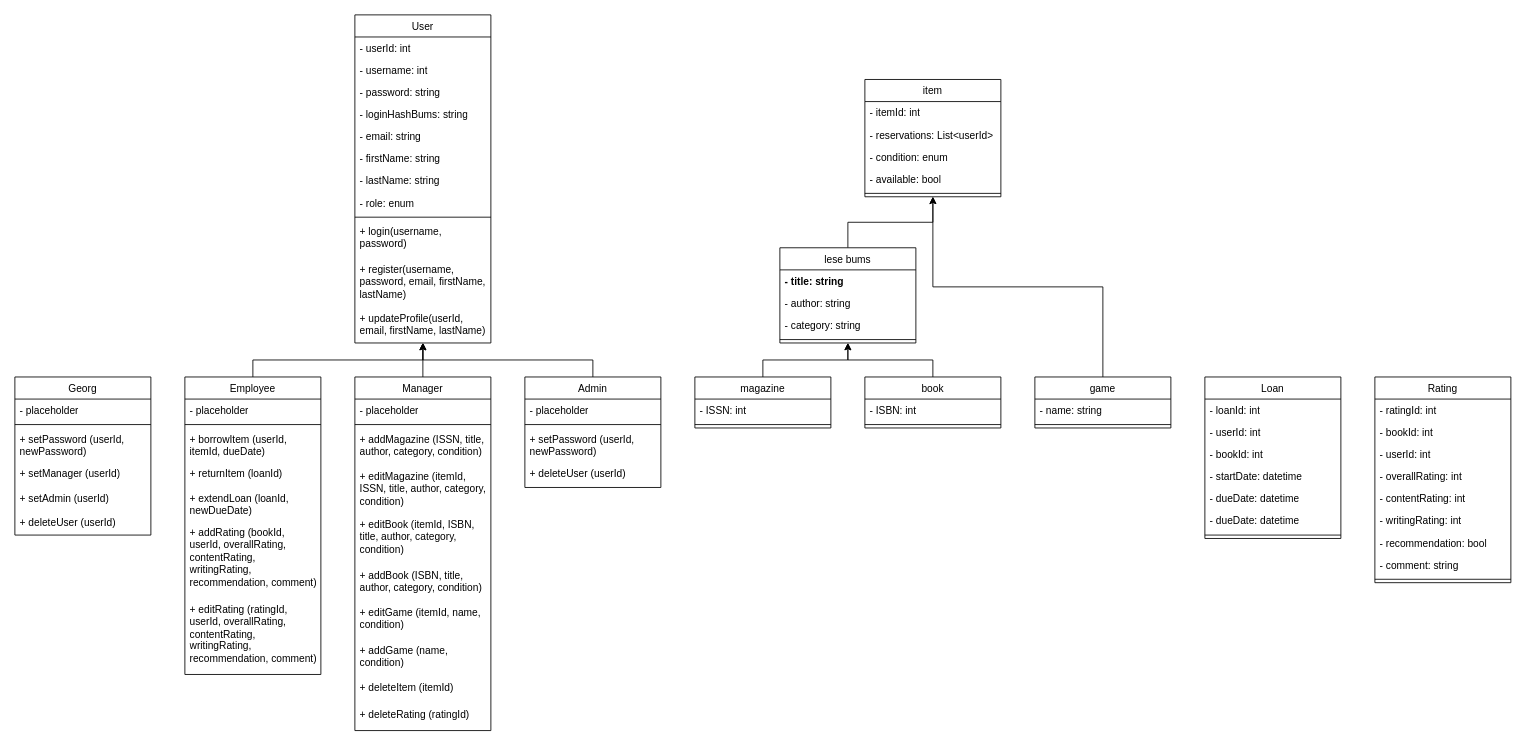
saltyniggo/BAMBUS keeps this draw.io diagram as Planning/UML Diagrams/Class-Diagram.drawio. Above is the earlier version. Source tidied: cells renumbered, new cells numbered last; positions are measured from the earlier drawing's top-left corner, leaving out a move shared by most shapes. Both pictures are drawn from the tidied source at 85%, with x=0, y=0 at pixel (14, 14).
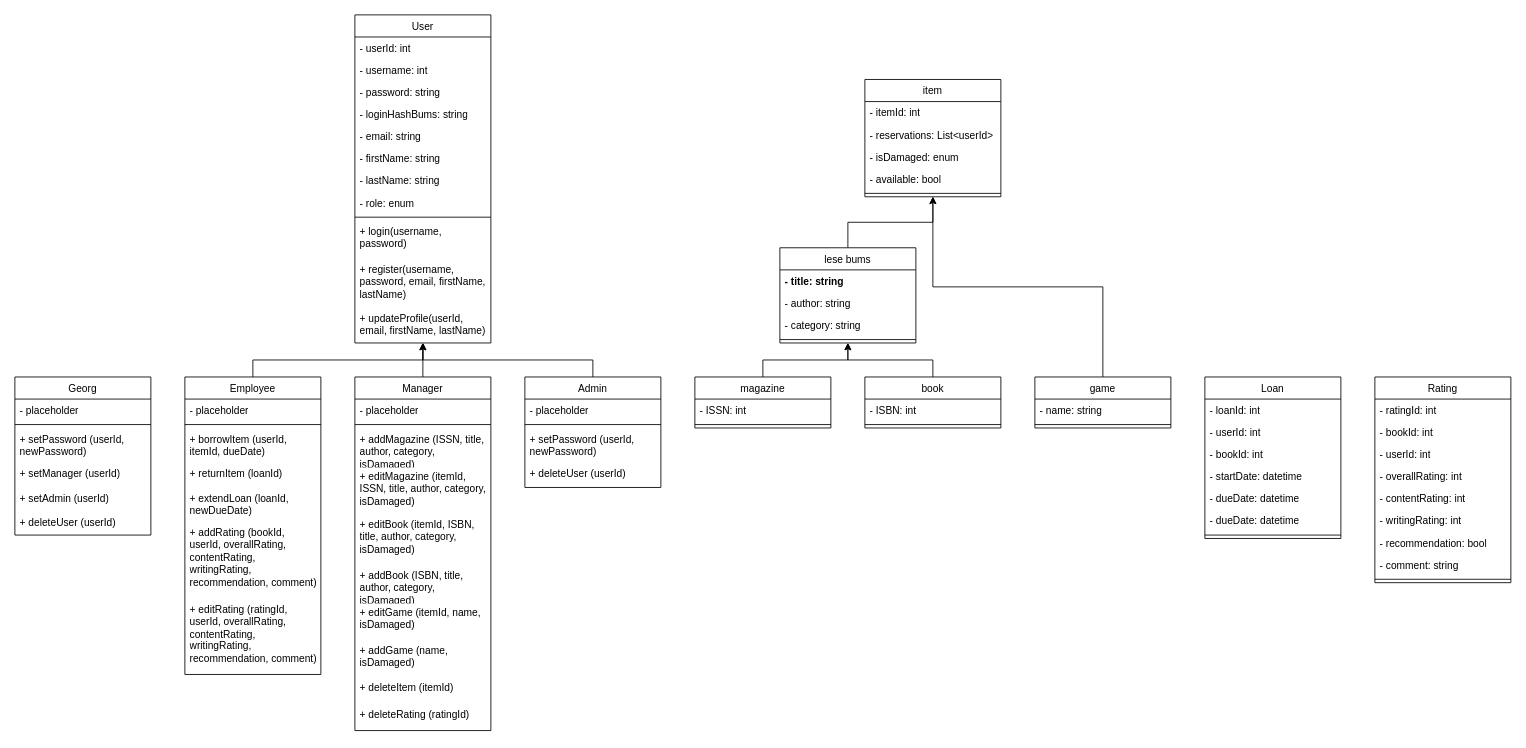
Above is the later version.

Unchanged cells that the change refers to:
```xml
<mxCell id="44" value="item" style="swimlane;fontStyle=0;align=center;verticalAlign=top;horizontal=1;startSize=26;rounded=0;shadow=0;strokeWidth=1;whiteSpace=wrap;labelBorderColor=none;textShadow=0;labelBackgroundColor=none;" parent="1" vertex="1">
  <mxGeometry x="1000" y="76" width="160" height="138" as="geometry" />
</mxCell>
<mxCell id="51" value="Manager" style="swimlane;fontStyle=0;align=center;verticalAlign=top;horizontal=1;startSize=26;rounded=0;shadow=0;strokeWidth=1;whiteSpace=wrap;" parent="1" vertex="1">
  <mxGeometry x="400" y="426" width="160" height="416" as="geometry" />
</mxCell>
```

What changed in the source:
```diff
@@
-    <mxCell id="47" value="- condition: enum" style="text;align=left;verticalAlign=top;spacingLeft=4;spacingRight=4;overflow=hidden;whiteSpace=wrap;" parent="44" vertex="1">
+    <mxCell id="47" value="- isDamaged: enum" style="text;align=left;verticalAlign=top;spacingLeft=4;spacingRight=4;overflow=hidden;whiteSpace=wrap;" parent="44" vertex="1">
       <mxGeometry y="78" width="160" height="26" as="geometry" />
     </mxCell>
@@
-    <mxCell id="54" value="+ addMagazine (ISSN, title, author, category, condition)" style="text;align=left;verticalAlign=top;spacingLeft=4;spacingRight=4;overflow=hidden;fontStyle=0;whiteSpace=wrap;" parent="51" vertex="1">
+    <mxCell id="54" value="+ addMagazine (ISSN, title, author, category, isDamaged)" style="text;align=left;verticalAlign=top;spacingLeft=4;spacingRight=4;overflow=hidden;fontStyle=0;whiteSpace=wrap;" parent="51" vertex="1">
       <mxGeometry y="60" width="160" height="44" as="geometry" />
     </mxCell>
-    <mxCell id="55" value="+ editMagazine (itemId, ISSN, title, author, category, condition)" style="text;align=left;verticalAlign=top;spacingLeft=4;spacingRight=4;overflow=hidden;fontStyle=0;whiteSpace=wrap;" parent="51" vertex="1">
+    <mxCell id="55" value="+ editMagazine (itemId, ISSN, title, author, category, isDamaged)" style="text;align=left;verticalAlign=top;spacingLeft=4;spacingRight=4;overflow=hidden;fontStyle=0;whiteSpace=wrap;" parent="51" vertex="1">
       <mxGeometry y="104" width="160" height="56" as="geometry" />
     </mxCell>
-    <mxCell id="56" value="+ editBook (itemId, ISBN, title, author, category, condition)" style="text;align=left;verticalAlign=top;spacingLeft=4;spacingRight=4;overflow=hidden;fontStyle=0;whiteSpace=wrap;" parent="51" vertex="1">
+    <mxCell id="56" value="+ editBook (itemId, ISBN, title, author, category, isDamaged)" style="text;align=left;verticalAlign=top;spacingLeft=4;spacingRight=4;overflow=hidden;fontStyle=0;whiteSpace=wrap;" parent="51" vertex="1">
       <mxGeometry y="160" width="160" height="60" as="geometry" />
     </mxCell>
-    <mxCell id="57" value="+ addBook (ISBN, title, author, category, condition)" style="text;align=left;verticalAlign=top;spacingLeft=4;spacingRight=4;overflow=hidden;fontStyle=0;whiteSpace=wrap;" parent="51" vertex="1">
+    <mxCell id="57" value="+ addBook (ISBN, title, author, category, isDamaged)" style="text;align=left;verticalAlign=top;spacingLeft=4;spacingRight=4;overflow=hidden;fontStyle=0;whiteSpace=wrap;" parent="51" vertex="1">
       <mxGeometry y="220" width="160" height="44" as="geometry" />
     </mxCell>
-    <mxCell id="58" value="+ editGame (itemId, name, condition)" style="text;align=left;verticalAlign=top;spacingLeft=4;spacingRight=4;overflow=hidden;fontStyle=0;whiteSpace=wrap;" parent="51" vertex="1">
+    <mxCell id="58" value="+ editGame (itemId, name, isDamaged)" style="text;align=left;verticalAlign=top;spacingLeft=4;spacingRight=4;overflow=hidden;fontStyle=0;whiteSpace=wrap;" parent="51" vertex="1">
       <mxGeometry y="264" width="160" height="44" as="geometry" />
     </mxCell>
-    <mxCell id="59" value="+ addGame (name, condition)" style="text;align=left;verticalAlign=top;spacingLeft=4;spacingRight=4;overflow=hidden;fontStyle=0;whiteSpace=wrap;" parent="51" vertex="1">
+    <mxCell id="59" value="+ addGame (name, isDamaged)" style="text;align=left;verticalAlign=top;spacingLeft=4;spacingRight=4;overflow=hidden;fontStyle=0;whiteSpace=wrap;" parent="51" vertex="1">
       <mxGeometry y="308" width="160" height="44" as="geometry" />
     </mxCell>
```
